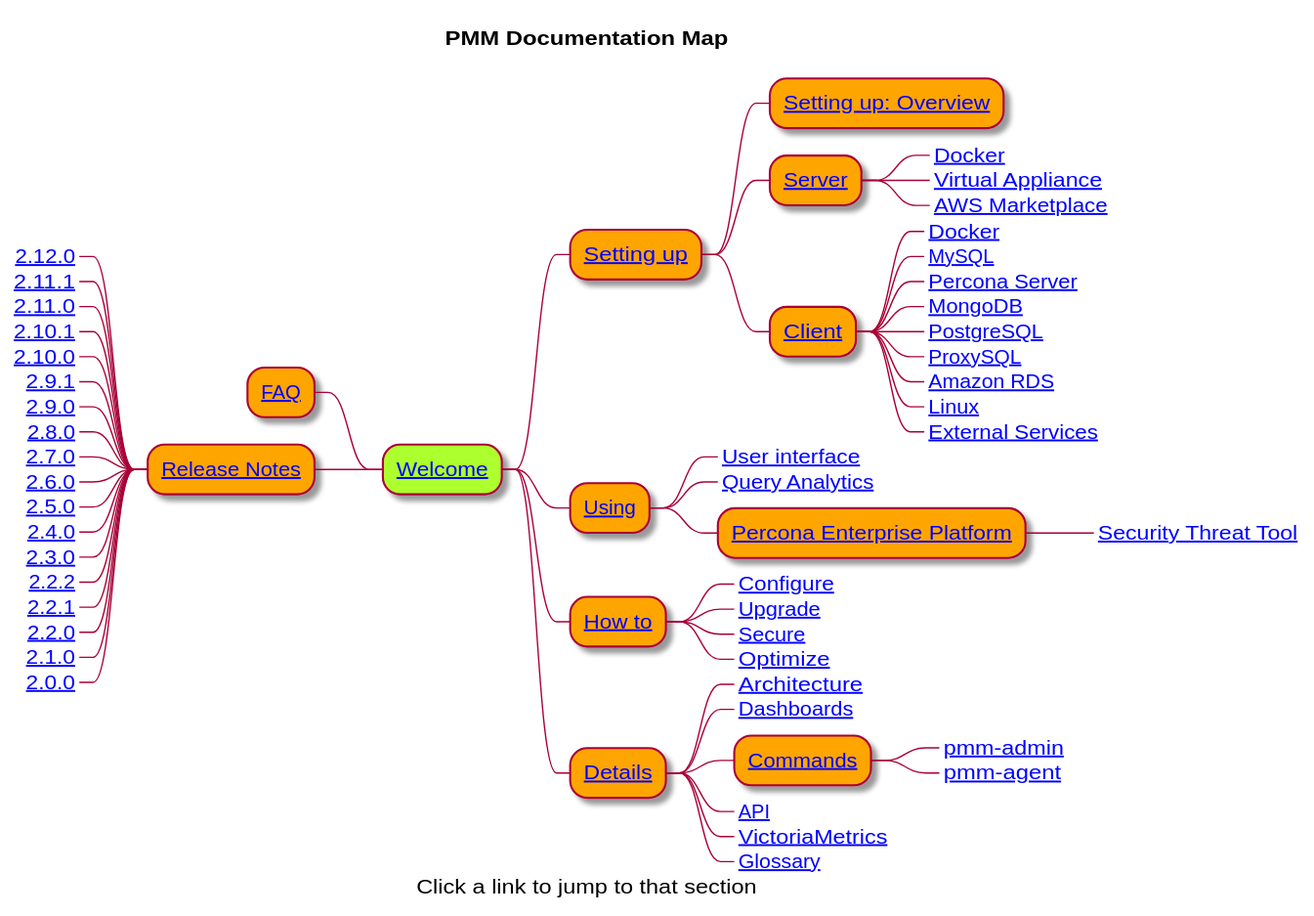
Before: docs/_images/PMM_Documentation_Map.svg, a diagram exported from PlantUML (percona/pmm-doc).
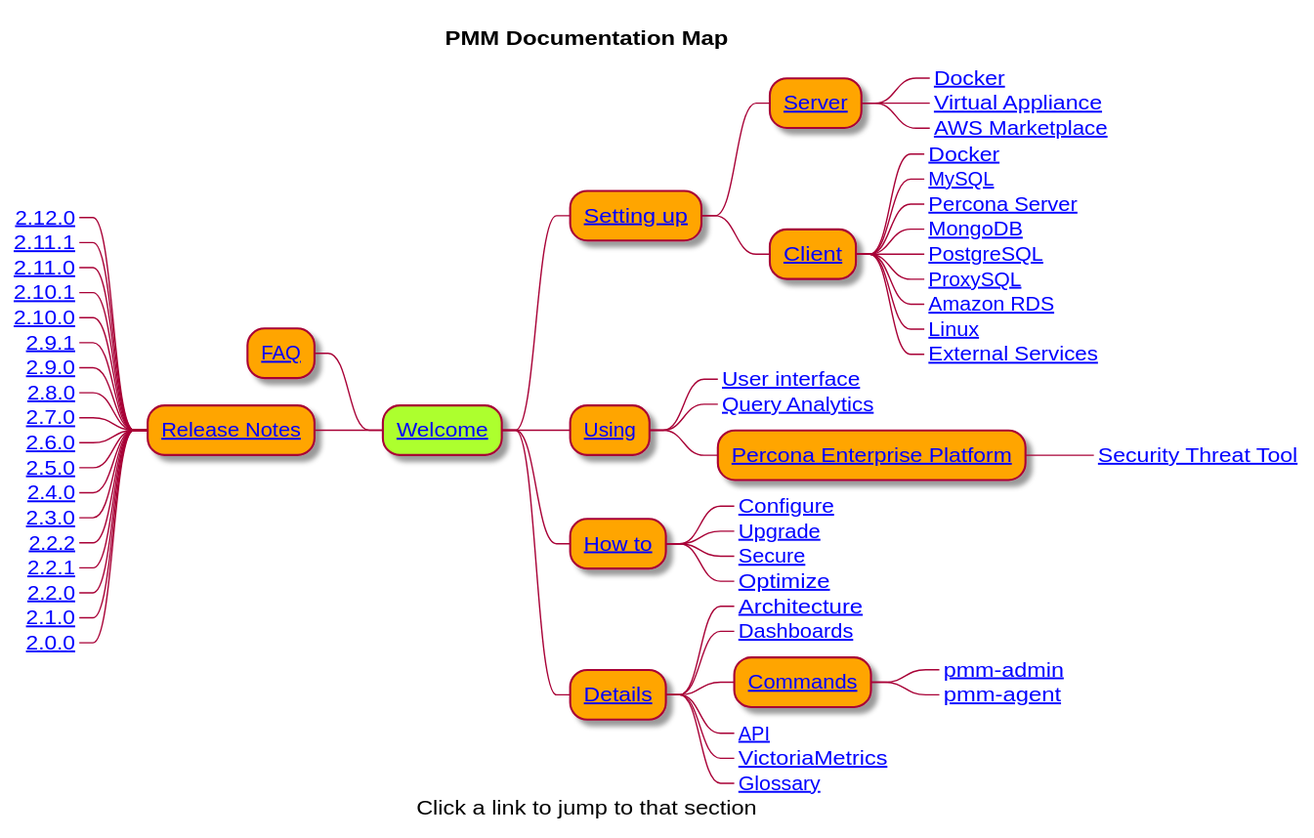
Above is the later version.

Commit message:
Remove duplicate links

What changed in the source:
```diff
@@ -13,7 +13,6 @@
 
 *[#GreenYellow] [[https://www.percona.com/doc/percona-monitoring-and-management/2.x/index.html Welcome]]
 ** [[https://www.percona.com/doc/percona-monitoring-and-management/2.x/setting-up/ Setting up]]
-*** [[https://www.percona.com/doc/percona-monitoring-and-management/2.x/setting-up/index.html Setting up: Overview]]
 *** [[https://www.percona.com/doc/percona-monitoring-and-management/2.x/setting-up/server/ Server]]
 ****_ [[https://www.percona.com/doc/percona-monitoring-and-management/2.x/setting-up/server/docker.html Docker]]
 ****_ [[https://www.percona.com/doc/percona-monitoring-and-management/2.x/setting-up/server/virtual-appliance.html Virtual Appliance]]
```
